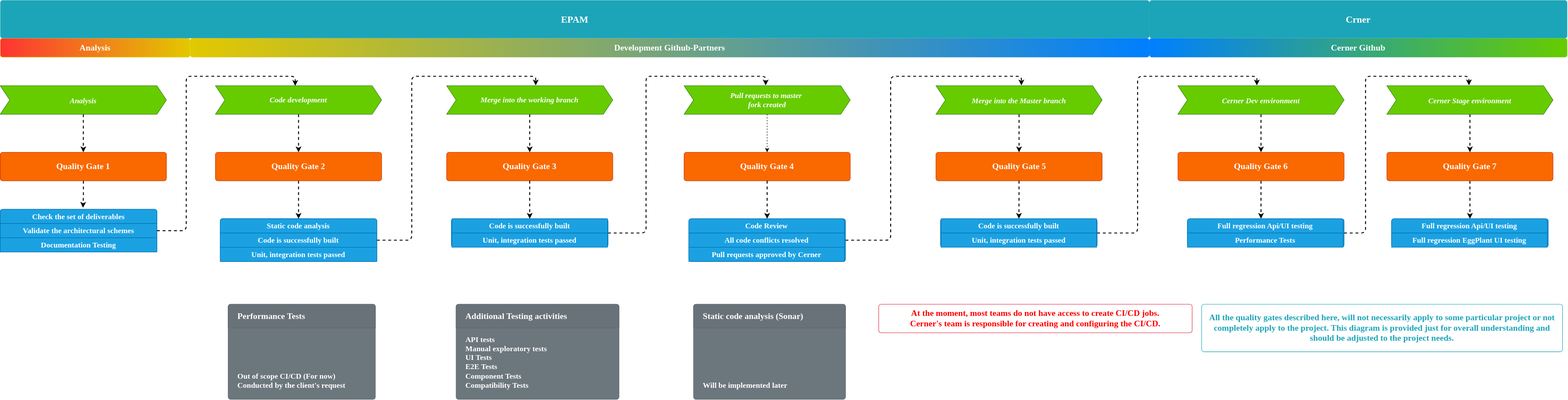
The draw.io diagram Quality Gates.svg in MiKi82/Quality-Gates, before a commit. Source tidied: cells renumbered, new cells last; positions are measured from the earlier drawing's top-left corner, leaving out a move shared by most shapes.
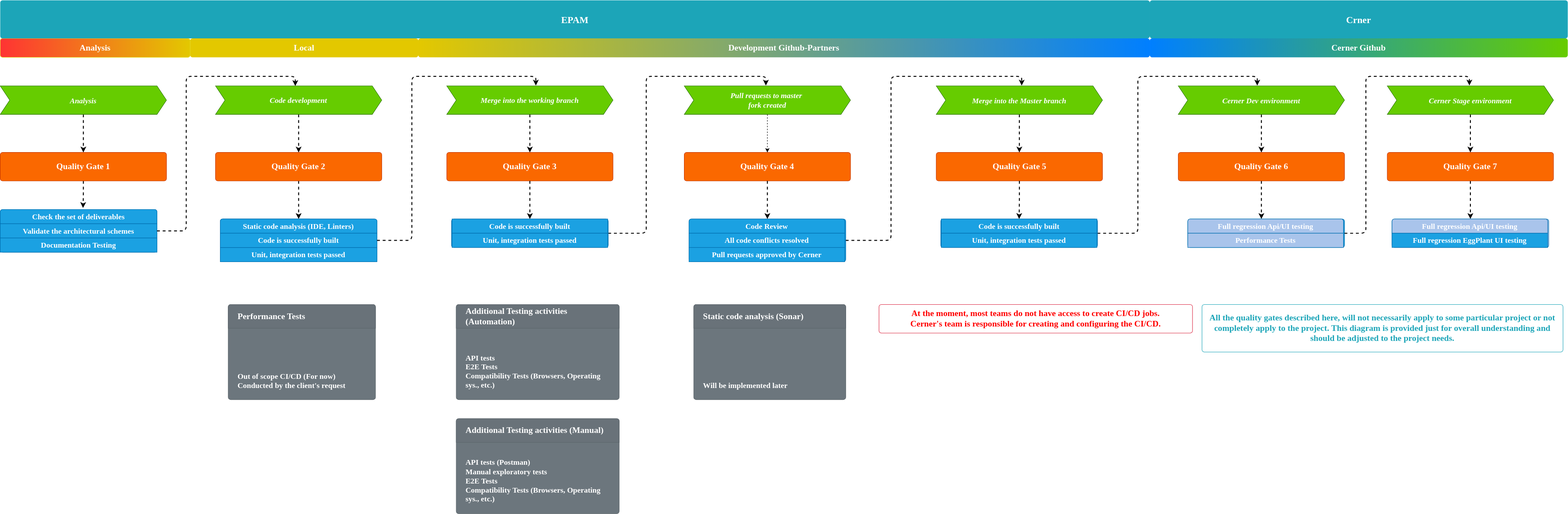
Above is the later version.

The edit, as a diff of the source:
```diff
@@ -99,7 +99,7 @@
         <mxPoint y="60" as="offset" />
       </mxGeometry>
     </mxCell>
-    <mxCell id="29" value="&lt;font face=&quot;Georgia&quot;&gt;Static code analysis&lt;/font&gt;" style="strokeColor=#006EAF;fillColor=#1ba1e2;fontColor=#ffffff;html=1;shadow=0;dashed=0;shape=mxgraph.bootstrap.topButton;rSize=5;perimeter=none;whiteSpace=wrap;align=center;spacing=5;fontFamily=Times New Roman;fontSize=16;fontStyle=1;strokeWidth=1;spacingLeft=0;" parent="25" vertex="1">
+    <mxCell id="29" value="&lt;font face=&quot;Georgia&quot;&gt;Static code analysis (IDE, Linters)&lt;/font&gt;" style="strokeColor=#006EAF;fillColor=#1ba1e2;fontColor=#ffffff;html=1;shadow=0;dashed=0;shape=mxgraph.bootstrap.topButton;rSize=5;perimeter=none;whiteSpace=wrap;align=center;spacing=5;fontFamily=Times New Roman;fontSize=16;fontStyle=1;strokeWidth=1;spacingLeft=0;" parent="25" vertex="1">
       <mxGeometry width="330" height="30" relative="1" as="geometry" />
     </mxCell>
     <mxCell id="30" value="&lt;font face=&quot;Georgia&quot;&gt;Code is successfully built&lt;/font&gt;" style="strokeColor=#006EAF;fillColor=#1ba1e2;fontColor=#ffffff;html=1;shadow=0;dashed=0;perimeter=none;whiteSpace=wrap;align=center;spacing=5;fontFamily=Times New Roman;fontSize=16;fontStyle=1;strokeWidth=1;spacingLeft=0;" parent="25" vertex="1">
@@ -114,7 +114,7 @@
       <mxGeometry width="2420" height="80" as="geometry" />
     </mxCell>
     <mxCell id="33" value="&lt;font face=&quot;Georgia&quot; style=&quot;font-size: 18px&quot; color=&quot;#ffffff&quot;&gt;&lt;b&gt;Development Github-Partners&lt;/b&gt;&lt;/font&gt;" style="html=1;shadow=0;dashed=0;shape=mxgraph.bootstrap.rrect;rSize=5;strokeWidth=1;fillColor=#007FFF;fontColor=#000000;whiteSpace=wrap;align=center;verticalAlign=middle;spacingLeft=0;fontStyle=0;fontSize=16;spacing=5;labelBackgroundColor=none;gradientDirection=west;gradientColor=#E3C800;strokeColor=none;" parent="2" vertex="1">
-      <mxGeometry x="400" y="80" width="2020" height="40" as="geometry" />
+      <mxGeometry x="880" y="80" width="1540" height="40" as="geometry" />
     </mxCell>
     <mxCell id="34" style="html=1;shadow=0;dashed=0;shape=mxgraph.bootstrap.rrect;rSize=5;strokeColor=#006EAF;html=1;whiteSpace=wrap;fillColor=#1ba1e2;fontColor=#ffffff;fontStyle=1;" parent="2" vertex="1">
       <mxGeometry x="1450" y="460" width="330" height="90" as="geometry" />
@@ -205,10 +205,10 @@
     <mxCell id="58" style="html=1;shadow=0;dashed=0;shape=mxgraph.bootstrap.rrect;rSize=5;strokeColor=#006EAF;html=1;whiteSpace=wrap;fillColor=#1ba1e2;fontColor=#ffffff;" parent="53" vertex="1">
       <mxGeometry x="20" y="280" width="330" height="60" as="geometry" />
     </mxCell>
-    <mxCell id="59" value="&lt;b&gt;&lt;font face=&quot;Georgia&quot;&gt;Full regression Api/UI testing&lt;/font&gt;&lt;/b&gt;" style="strokeColor=#006EAF;fillColor=#1ba1e2;fontColor=#ffffff;html=1;shadow=0;dashed=0;shape=mxgraph.bootstrap.topButton;rSize=5;perimeter=none;whiteSpace=wrap;align=center;spacing=5;fontFamily=Times New Roman;fontSize=16;fontStyle=0;strokeWidth=1;spacingLeft=0;" parent="58" vertex="1">
+    <mxCell id="59" value="&lt;b&gt;&lt;font face=&quot;Georgia&quot;&gt;Full regression Api/UI testing&lt;/font&gt;&lt;/b&gt;" style="strokeColor=#006EAF;fontColor=#ffffff;html=1;shadow=0;dashed=0;shape=mxgraph.bootstrap.topButton;rSize=5;perimeter=none;whiteSpace=wrap;align=center;spacing=5;fontFamily=Times New Roman;fontSize=16;fontStyle=0;strokeWidth=1;spacingLeft=0;fillColor=#A9C4EB;" parent="58" vertex="1">
       <mxGeometry width="327.79" height="30" relative="1" as="geometry" />
     </mxCell>
-    <mxCell id="60" value="&lt;b&gt;&lt;font face=&quot;Georgia&quot;&gt;Performance Tests&lt;/font&gt;&lt;/b&gt;" style="strokeColor=#006EAF;fillColor=#1ba1e2;fontColor=#ffffff;html=1;shadow=0;dashed=0;perimeter=none;whiteSpace=wrap;align=center;spacing=5;fontFamily=Times New Roman;fontSize=16;fontStyle=0;strokeWidth=1;spacingLeft=0;" parent="58" vertex="1">
+    <mxCell id="60" value="&lt;b&gt;&lt;font face=&quot;Georgia&quot;&gt;Performance Tests&lt;/font&gt;&lt;/b&gt;" style="strokeColor=#006EAF;fontColor=#ffffff;html=1;shadow=0;dashed=0;perimeter=none;whiteSpace=wrap;align=center;spacing=5;fontFamily=Times New Roman;fontSize=16;fontStyle=0;strokeWidth=1;spacingLeft=0;fillColor=#A9C4EB;" parent="58" vertex="1">
       <mxGeometry width="327.79" height="30" relative="1" as="geometry">
         <mxPoint y="30" as="offset" />
       </mxGeometry>
@@ -232,10 +232,10 @@
     <mxCell id="65" value="&lt;strong&gt;&lt;font style=&quot;font-size: 18px&quot;&gt;Quality Gate 7&lt;/font&gt;&lt;/strong&gt;" style="html=1;shadow=0;dashed=0;shape=mxgraph.bootstrap.rrect;rSize=5;strokeColor=#C73500;strokeWidth=1;fillColor=#fa6800;fontColor=#ffffff;whiteSpace=wrap;align=center;verticalAlign=middle;spacingLeft=0;fontStyle=0;fontSize=16;spacing=5;fontFamily=Times New Roman;" parent="61" vertex="1">
       <mxGeometry y="140" width="350" height="60" as="geometry" />
     </mxCell>
-    <mxCell id="66" style="html=1;shadow=0;dashed=0;shape=mxgraph.bootstrap.rrect;rSize=5;strokeColor=#006EAF;html=1;whiteSpace=wrap;fillColor=#1ba1e2;fontColor=#ffffff;" parent="61" vertex="1">
+    <mxCell id="66" style="html=1;shadow=0;dashed=0;shape=mxgraph.bootstrap.rrect;rSize=5;strokeColor=#006EAF;html=1;whiteSpace=wrap;fontColor=#ffffff;fillColor=#A9C4EB;" parent="61" vertex="1">
       <mxGeometry x="10" y="280" width="330" height="60" as="geometry" />
     </mxCell>
-    <mxCell id="67" value="&lt;b&gt;&lt;font face=&quot;Georgia&quot;&gt;Full regression Api/UI testing&lt;/font&gt;&lt;/b&gt;" style="strokeColor=#006EAF;fillColor=#1ba1e2;fontColor=#ffffff;html=1;shadow=0;dashed=0;shape=mxgraph.bootstrap.topButton;rSize=5;perimeter=none;whiteSpace=wrap;align=center;spacing=5;fontFamily=Times New Roman;fontSize=16;fontStyle=0;strokeWidth=1;spacingLeft=0;" parent="66" vertex="1">
+    <mxCell id="67" value="&lt;b&gt;&lt;font face=&quot;Georgia&quot;&gt;Full regression Api/UI testing&lt;/font&gt;&lt;/b&gt;" style="strokeColor=#006EAF;fontColor=#ffffff;html=1;shadow=0;dashed=0;shape=mxgraph.bootstrap.topButton;rSize=5;perimeter=none;whiteSpace=wrap;align=center;spacing=5;fontFamily=Times New Roman;fontSize=16;fontStyle=0;strokeWidth=1;spacingLeft=0;fillColor=#A9C4EB;" parent="66" vertex="1">
       <mxGeometry width="327.79" height="30" relative="1" as="geometry" />
     </mxCell>
     <mxCell id="68" value="&lt;font face=&quot;Georgia&quot;&gt;&lt;b&gt;Full regression EggPlant UI testing&lt;/b&gt;&lt;/font&gt;" style="strokeColor=#006EAF;fillColor=#1ba1e2;fontColor=#ffffff;html=1;shadow=0;dashed=0;perimeter=none;whiteSpace=wrap;align=center;spacing=5;fontFamily=Times New Roman;fontSize=16;fontStyle=0;strokeWidth=1;spacingLeft=0;" parent="66" vertex="1">
@@ -292,10 +292,10 @@
     <mxCell id="82" value="&lt;b style=&quot;font-family: &amp;#34;times new roman&amp;#34; ; text-align: center&quot;&gt;&lt;font face=&quot;Georgia&quot; style=&quot;font-size: 18px&quot;&gt;Static code analysis (Sonar)&lt;/font&gt;&lt;/b&gt;" style="html=1;shadow=0;dashed=0;shape=mxgraph.bootstrap.topButton;rSize=5;perimeter=none;whiteSpace=wrap;fillColor=#697279;strokeColor=#5B646A;fontColor=#ffffff;fontSize=18;align=left;spacing=20;" parent="81" vertex="1">
       <mxGeometry width="320" height="50" relative="1" as="geometry" />
     </mxCell>
-    <mxCell id="83" value="&lt;span style=&quot;text-align: center ; font-size: 16px&quot;&gt;&lt;font face=&quot;Georgia&quot; style=&quot;font-size: 16px&quot;&gt;&lt;b&gt;&lt;span&gt;API tests&lt;/span&gt;&lt;br&gt;&lt;span&gt;Manual exploratory tests&lt;br&gt;&lt;/span&gt;UI Tests&lt;br&gt;E2E Tests&lt;br&gt;Component Tests&lt;br&gt;Compatibility Tests&lt;/b&gt;&lt;/font&gt;&lt;br&gt;&lt;/span&gt;" style="html=1;shadow=0;dashed=0;shape=mxgraph.bootstrap.rrect;rSize=5;strokeColor=#5B646A;html=1;whiteSpace=wrap;fillColor=#6C767D;fontColor=#ffffff;verticalAlign=bottom;align=left;spacing=20;spacingBottom=0;fontSize=14;" parent="2" vertex="1">
+    <mxCell id="83" value="&lt;b style=&quot;font-family: &amp;#34;georgia&amp;#34; ; font-size: 16px ; text-align: center&quot;&gt;API tests&lt;/b&gt;&lt;b style=&quot;font-family: &amp;#34;georgia&amp;#34; ; font-size: 16px ; text-align: center&quot;&gt;&lt;br&gt;E2E Tests&lt;br&gt;Compatibility Tests (Browsers, Operating sys.,&amp;nbsp;&lt;/b&gt;&lt;span style=&quot;text-align: center&quot;&gt;&lt;font face=&quot;georgia&quot;&gt;&lt;span style=&quot;font-size: 16px&quot;&gt;&lt;b&gt;etc.)&lt;/b&gt;&lt;/span&gt;&lt;/font&gt;&lt;br&gt;&lt;/span&gt;" style="html=1;shadow=0;dashed=0;shape=mxgraph.bootstrap.rrect;rSize=5;strokeColor=#5B646A;html=1;whiteSpace=wrap;fillColor=#6C767D;fontColor=#ffffff;verticalAlign=bottom;align=left;spacing=20;spacingBottom=0;fontSize=14;" parent="2" vertex="1">
       <mxGeometry x="960" y="640" width="343" height="200" as="geometry" />
     </mxCell>
-    <mxCell id="84" value="&lt;b style=&quot;font-family: &amp;#34;times new roman&amp;#34; ; font-size: 16px ; text-align: center&quot;&gt;&lt;font face=&quot;Georgia&quot; style=&quot;font-size: 18px&quot;&gt;Additional Testing activities&lt;/font&gt;&lt;/b&gt;" style="html=1;shadow=0;dashed=0;shape=mxgraph.bootstrap.topButton;rSize=5;perimeter=none;whiteSpace=wrap;fillColor=#697279;strokeColor=#5B646A;fontColor=#ffffff;fontSize=18;align=left;spacing=20;" parent="83" vertex="1">
+    <mxCell id="84" value="&lt;b style=&quot;font-family: &amp;#34;times new roman&amp;#34; ; font-size: 16px ; text-align: center&quot;&gt;&lt;font face=&quot;Georgia&quot; style=&quot;font-size: 18px&quot;&gt;Additional Testing activities (Automation)&lt;/font&gt;&lt;/b&gt;" style="html=1;shadow=0;dashed=0;shape=mxgraph.bootstrap.topButton;rSize=5;perimeter=none;whiteSpace=wrap;fillColor=#697279;strokeColor=#5B646A;fontColor=#ffffff;fontSize=18;align=left;spacing=20;" parent="83" vertex="1">
       <mxGeometry width="343" height="50" relative="1" as="geometry" />
     </mxCell>
     <mxCell id="85" value="&lt;b style=&quot;font-family: &amp;#34;georgia&amp;#34; ; font-size: 18px ; text-align: left&quot;&gt;&lt;font color=&quot;#ff0000&quot;&gt;At the moment, most teams do not have access to create CI/CD jobs.&lt;br&gt;Cerner's team is responsible for creating and configuring the CI/CD.&lt;/font&gt;&lt;br&gt;&lt;/b&gt;" style="html=1;shadow=0;dashed=0;shape=mxgraph.bootstrap.rrect;rSize=5;strokeColor=#DB2843;strokeWidth=1;fillColor=none;fontColor=#DB2843;whiteSpace=wrap;align=center;verticalAlign=middle;spacingLeft=0;fontStyle=0;fontSize=16;spacing=5;rounded=0;" parent="2" vertex="1">
@@ -304,5 +304,14 @@
     <mxCell id="86" value="&lt;b style=&quot;color: rgb(255 , 255 , 255) ; text-align: left ; font-size: 18px ; font-family: &amp;#34;georgia&amp;#34;&quot;&gt;&lt;font color=&quot;#1ca5b8&quot;&gt;All the quality gates described here, will not necessarily apply to some particular project or not completely apply to the project. This diagram is provided just for overall understanding and should be adjusted to the project needs.&lt;/font&gt;&lt;/b&gt;" style="html=1;shadow=0;dashed=0;shape=mxgraph.bootstrap.rrect;rSize=5;strokeColor=#1CA5B8;strokeWidth=1;fillColor=none;fontColor=#1CA5B8;whiteSpace=wrap;align=center;verticalAlign=middle;spacingLeft=0;fontStyle=0;fontSize=16;spacing=5;rounded=0;" parent="2" vertex="1">
       <mxGeometry x="2530" y="640" width="760" height="100" as="geometry" />
     </mxCell>
+    <mxCell id="87" value="&lt;font face=&quot;Georgia&quot; style=&quot;font-size: 18px&quot;&gt;&lt;b&gt;Local&lt;/b&gt;&lt;/font&gt;" style="html=1;shadow=0;dashed=0;shape=mxgraph.bootstrap.rrect;rSize=5;strokeColor=none;strokeWidth=1;fontColor=#FFFFFF;whiteSpace=wrap;align=center;verticalAlign=middle;spacingLeft=0;fontStyle=0;fontSize=16;spacing=5;fillColor=#E3C800;" parent="2" vertex="1">
+      <mxGeometry x="400" y="80" width="480" height="40" as="geometry" />
+    </mxCell>
+    <mxCell id="88" value="&lt;b style=&quot;font-family: &amp;#34;georgia&amp;#34; ; font-size: 16px ; text-align: center&quot;&gt;API tests (Postman)&lt;/b&gt;&lt;b style=&quot;font-family: &amp;#34;georgia&amp;#34; ; font-size: 16px ; text-align: center&quot;&gt;&lt;br&gt;Manual exploratory tests&lt;br&gt;E2E Tests&lt;br&gt;&lt;/b&gt;&lt;b style=&quot;font-family: &amp;#34;georgia&amp;#34; ; font-size: 16px ; text-align: center&quot;&gt;Compatibility Tests (Browsers, Operating sys.,&amp;nbsp;&lt;/b&gt;&lt;span style=&quot;text-align: center&quot;&gt;&lt;font face=&quot;georgia&quot;&gt;&lt;span style=&quot;font-size: 16px&quot;&gt;&lt;b&gt;etc.)&lt;/b&gt;&lt;/span&gt;&lt;/font&gt;&lt;/span&gt;&lt;span style=&quot;text-align: center ; font-size: 16px&quot;&gt;&lt;br&gt;&lt;/span&gt;" style="html=1;shadow=0;dashed=0;shape=mxgraph.bootstrap.rrect;rSize=5;strokeColor=#5B646A;html=1;whiteSpace=wrap;fillColor=#6C767D;fontColor=#ffffff;verticalAlign=bottom;align=left;spacing=20;spacingBottom=0;fontSize=14;" parent="1" vertex="1">
+      <mxGeometry x="960" y="880" width="343" height="200" as="geometry" />
+    </mxCell>
+    <mxCell id="89" value="&lt;b style=&quot;font-family: &amp;#34;times new roman&amp;#34; ; font-size: 16px ; text-align: center&quot;&gt;&lt;font face=&quot;Georgia&quot; style=&quot;font-size: 18px&quot;&gt;Additional Testing activities (Manual)&lt;/font&gt;&lt;/b&gt;" style="html=1;shadow=0;dashed=0;shape=mxgraph.bootstrap.topButton;rSize=5;perimeter=none;whiteSpace=wrap;fillColor=#697279;strokeColor=#5B646A;fontColor=#ffffff;fontSize=18;align=left;spacing=20;" parent="88" vertex="1">
+      <mxGeometry width="343" height="50" relative="1" as="geometry" />
+    </mxCell>
   </root>
 </mxGraphModel>
```
